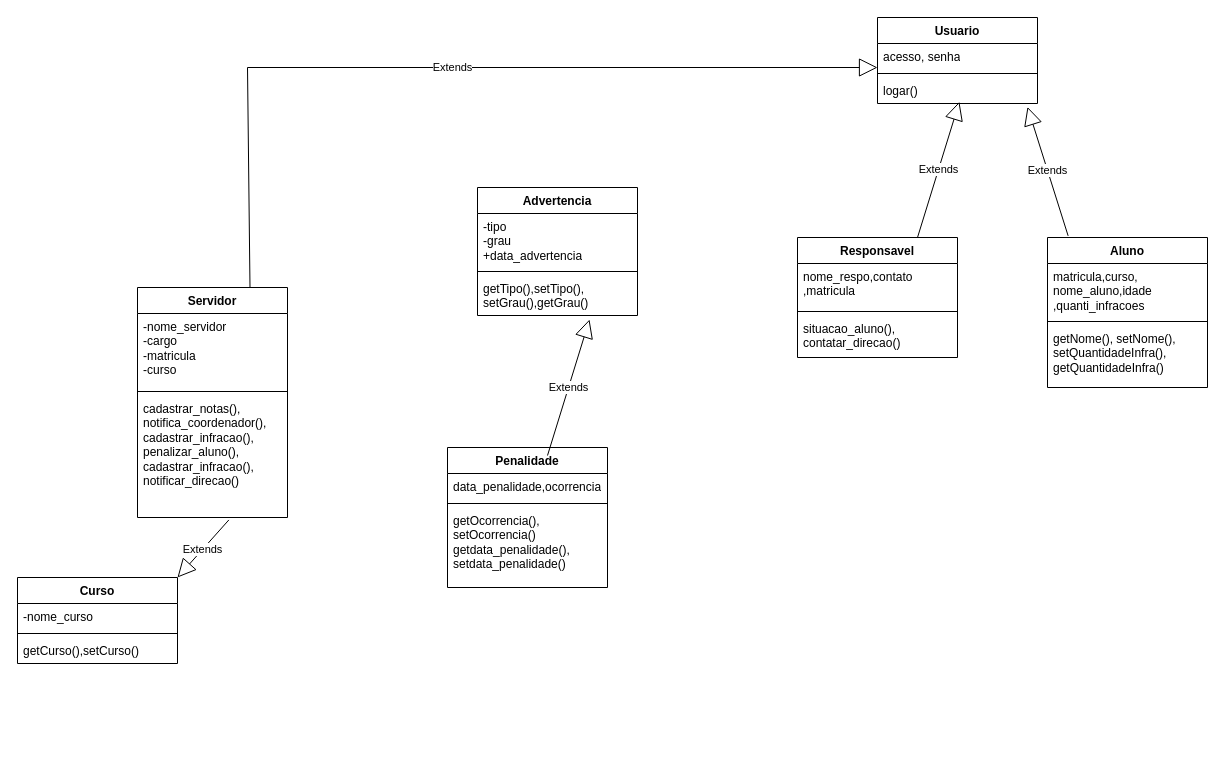
The draw.io diagram identificaçãodeclasse.drawio in J-Gabriels-dev/Problema.suap, before the edit. Source tidied: cells renumbered, new cells numbered last; positions are measured from the earlier drawing's top-left corner, leaving out a move shared by most shapes. Both pictures are drawn from the tidied source at 100%, with x=0, y=0 at pixel (17, 17).
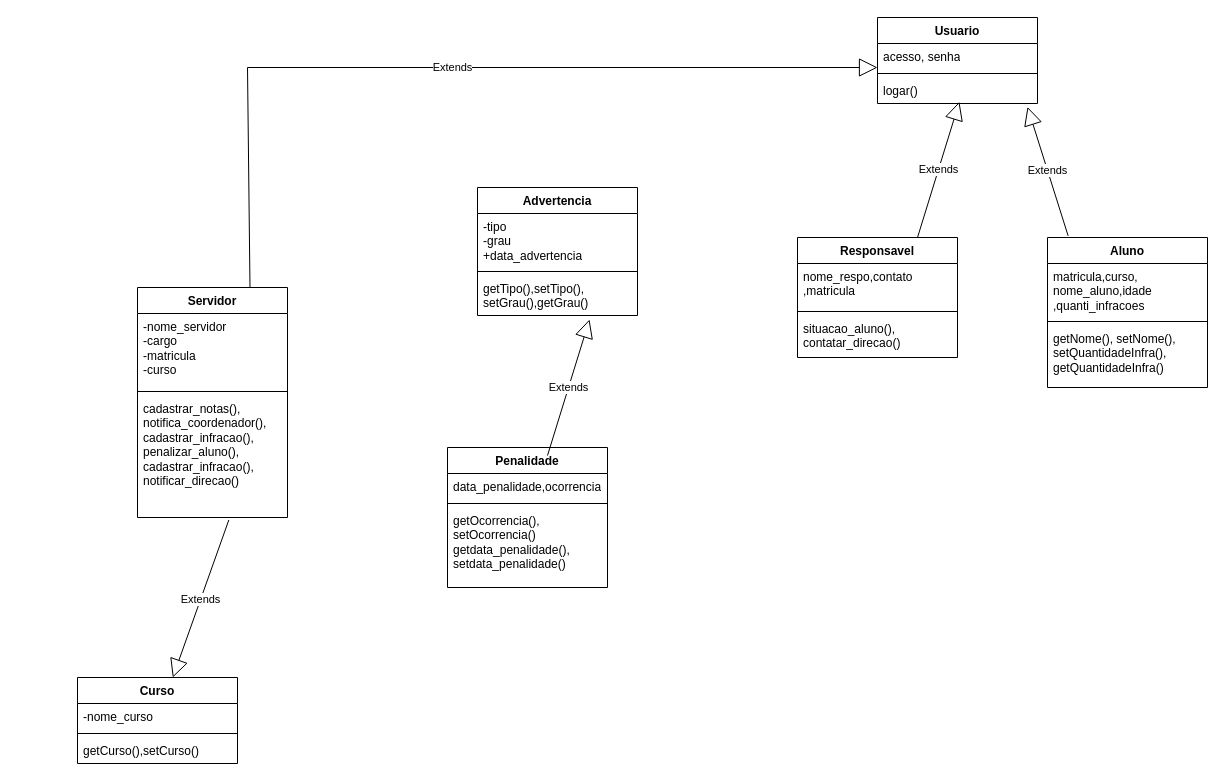
The same diagram, later.

Unchanged cells that the change refers to:
```xml
<mxCell id="32" value="&lt;div&gt;cadastrar_notas(),&lt;/div&gt;&lt;div&gt;notifica_coordenador(),&lt;/div&gt;&lt;div&gt;&lt;div&gt;cadastrar_infracao(),&lt;/div&gt;penalizar_aluno(),&lt;/div&gt;&lt;div&gt;&lt;div&gt;cadastrar_infracao(),&lt;/div&gt;&lt;div&gt;notificar_direcao()&lt;/div&gt;&lt;br&gt;&lt;br&gt;&lt;/div&gt;" style="text;strokeColor=none;fillColor=none;align=left;verticalAlign=top;spacingLeft=4;spacingRight=4;overflow=hidden;points=[[0,0.5],[1,0.5]];portConstraint=eastwest;whiteSpace=wrap;html=1;" parent="29" vertex="1">
  <mxGeometry y="108" width="150" height="122" as="geometry" />
</mxCell>
```

Diff of the diagram source:
```diff
@@
     <mxCell id="18" value="Curso" style="swimlane;fontStyle=1;align=center;verticalAlign=top;horizontal=1;startSize=26;whiteSpace=wrap;html=1;" parent="1" vertex="1">
-      <mxGeometry y="560" width="160" height="86" as="geometry" />
+      <mxGeometry x="60" y="660" width="160" height="86" as="geometry" />
     </mxCell>
@@
-    <mxCell id="33" value="Extends" style="endArrow=block;endSize=16;endFill=0;html=1;rounded=0;entryX=1;entryY=0;entryDx=0;entryDy=0;exitX=0.609;exitY=1.02;exitDx=0;exitDy=0;exitPerimeter=0;" parent="1" edge="1" source="32" target="18">
+    <mxCell id="33" value="Extends" style="endArrow=block;endSize=16;endFill=0;html=1;rounded=0;exitX=0.609;exitY=1.02;exitDx=0;exitDy=0;exitPerimeter=0;" parent="1" edge="1" source="32" target="18">
       <mxGeometry relative="1" as="geometry" />
     </mxCell>
```
